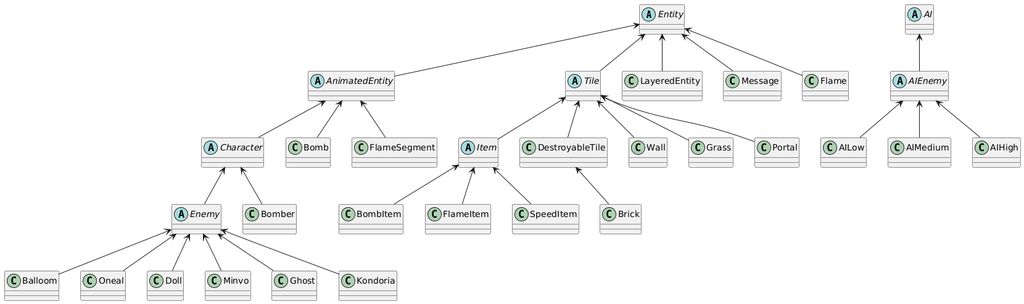
Earlier version of the PlantUML export res/UML_Bomberman.png (dotiendat1602/OOP_bomberman).
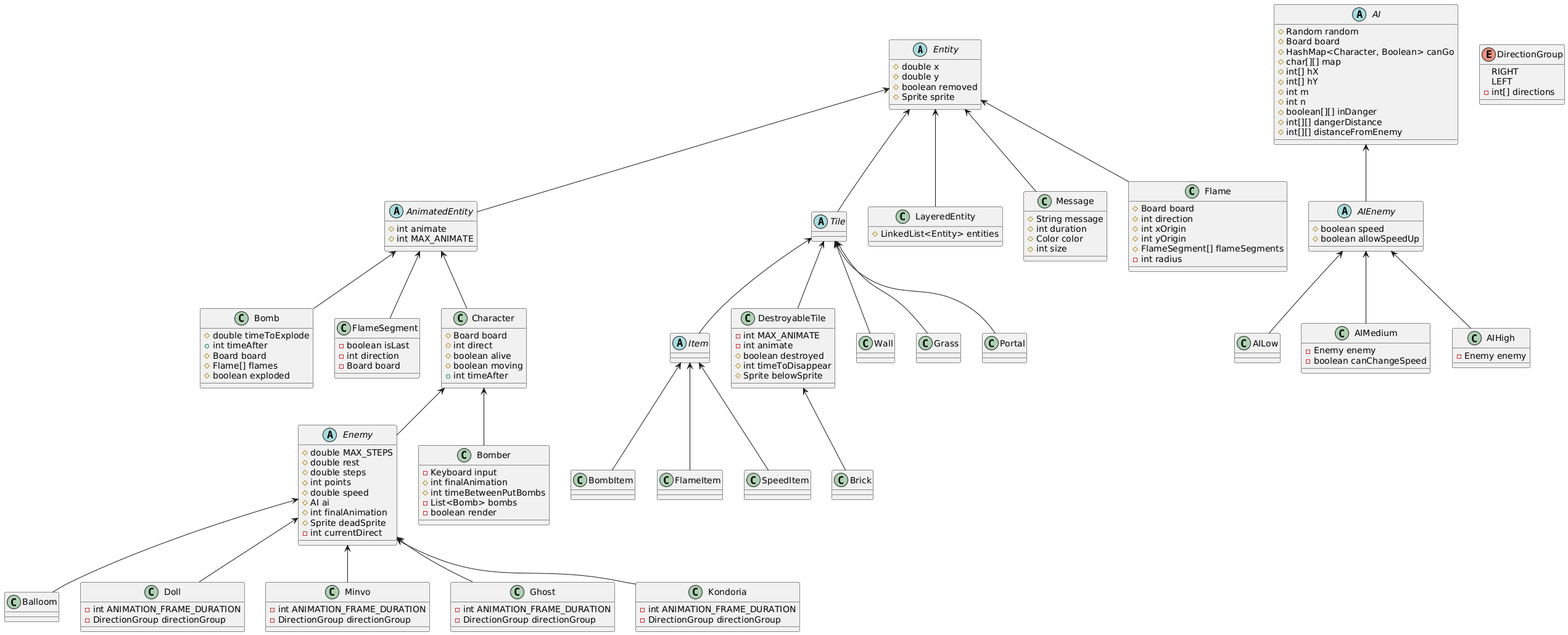
The same diagram one commit later.

Change to the diagram source:
```diff
@@ -1,13 +1,46 @@
 @startuml
 
-abstract class Entity
-abstract class AnimatedEntity
-abstract class Character
-abstract class Enemy
+abstract class Entity {
+  #double x
+  #double y
+  #boolean removed
+  #Sprite sprite
+}
+abstract class AnimatedEntity {
+  #int animate
+  #int MAX_ANIMATE
+}
+
+abstract class Enemy {
+  #double MAX_STEPS
+  #double rest
+  #double steps
+  #int points
+  #double speed
+  #AI ai
+  #int finalAnimation
+  #Sprite deadSprite
+  -int currentDirect
+}
 abstract class Tile
 abstract class Item
-abstract class AI
-abstract class AIEnemy
+abstract class AI {
+   #Random random
+   #Board board
+   #HashMap<Character, Boolean> canGo
+   #char[][] map
+   #int[] hX
+   #int[] hY
+   #int m
+   #int n
+   #boolean[][] inDanger
+   #int[][] dangerDistance
+   #int[][] distanceFromEnemy
+}
+abstract class AIEnemy {
+   #boolean speed
+   #boolean allowSpeedUp
+}
 
 
 Entity <-- AnimatedEntity
@@ -16,35 +49,121 @@
 Entity <-- Tile
 Entity <-- Flame
 
+class LayeredEntity {
+   #LinkedList<Entity> entities
+}
+class Message {
+   #String message
+   #int duration
+   #Color color
+   #int size
+}
+class Flame {
+   #Board board
+   #int direction
+   #int xOrigin
+   #int yOrigin
+   #FlameSegment[] flameSegments
+   -int radius
+}
+
 AnimatedEntity <-- Bomb
 AnimatedEntity <-- FlameSegment
 AnimatedEntity <-- Character
+class Bomb {
+   #double timeToExplode
+   +int timeAfter
+   #Board board
+   #Flame[] flames
+   #boolean exploded
+}
+class FlameSegment {
+   -boolean isLast
+   -int direction
+   -Board board
+}
+class Character {
+  #Board board
+  #int direct
+  #boolean alive
+  #boolean moving
+  +int timeAfter
+}
 
 Character <-- Bomber
 Character <-- Enemy
+class Bomber{
+  -Keyboard input
+  #int finalAnimation
+  #int timeBetweenPutBombs
+  -List<Bomb> bombs
+  -boolean render
+}
 
 Enemy <-- Balloom
-Enemy <-- Oneal
 Enemy <-- Doll
 Enemy <-- Minvo
 Enemy <-- Ghost
 Enemy <-- Kondoria
+class Doll {
+   -int ANIMATION_FRAME_DURATION
+   -DirectionGroup directionGroup
+}
+class Minvo {
+   -int ANIMATION_FRAME_DURATION
+   -DirectionGroup directionGroup
+}
+class Ghost {
+   -int ANIMATION_FRAME_DURATION
+   -DirectionGroup directionGroup
+}
+class Kondoria {
+   -int ANIMATION_FRAME_DURATION
+   -DirectionGroup directionGroup
+}
+enum DirectionGroup {
+  RIGHT
+  LEFT
+  -int[] directions
+}
 
 Tile <-- Item
 Tile <-- DestroyableTile
 Tile <-- Wall
 Tile <-- Grass
 Tile <-- Portal
+class Wall {}
+class Grass {}
+class Portal {}
+class DestroyableTile {
+   -int MAX_ANIMATE
+   -int animate
+   #boolean destroyed
+   #int timeToDisappear
+   #Sprite belowSprite
+}
 
 Item <-- BombItem
 Item <-- FlameItem
 Item <-- SpeedItem
+class BombItem {}
+class FlameItem {}
+class SpeedItem {}
 
 DestroyableTile <-- Brick
+class Brick {}
 
 AI <-- AIEnemy
 
 AIEnemy <-- AILow
 AIEnemy <-- AIMedium
 AIEnemy <-- AIHigh
+class AILow {}
+class AIMedium {
+   -Enemy enemy
+   -boolean canChangeSpeed
+}
+class AIHigh {
+   -Enemy enemy
+}
 @enduml
```
